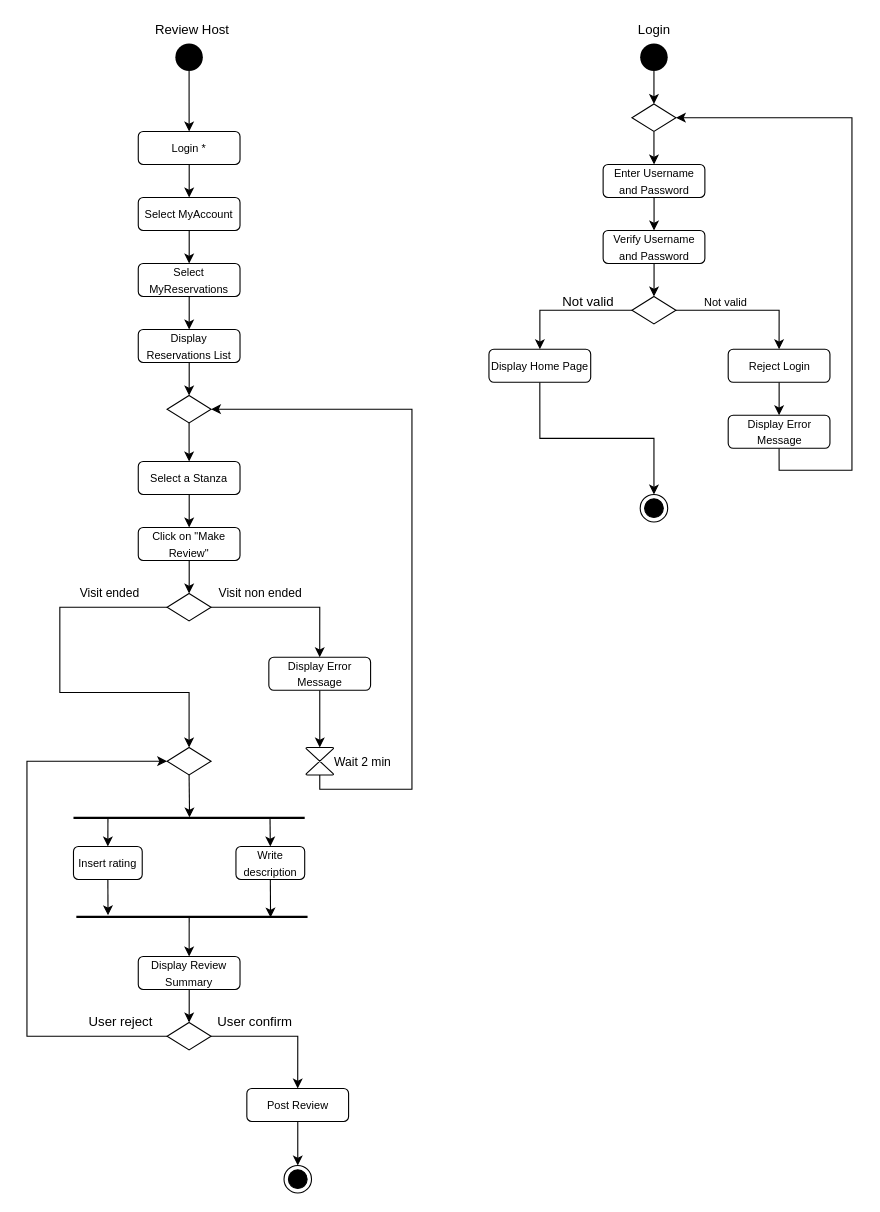
nic-agos/DoveStudi keeps this draw.io diagram as Deliverables/Activity Diagram/Activity Diagram Agostinelli.drawio. Above is the earlier version. Source tidied: cells renumbered, new cells numbered last; positions are measured from the earlier drawing's top-left corner, leaving out a move shared by most shapes. Both pictures are drawn from the tidied source at 110%, with x=0, y=0 at pixel (26, 19).
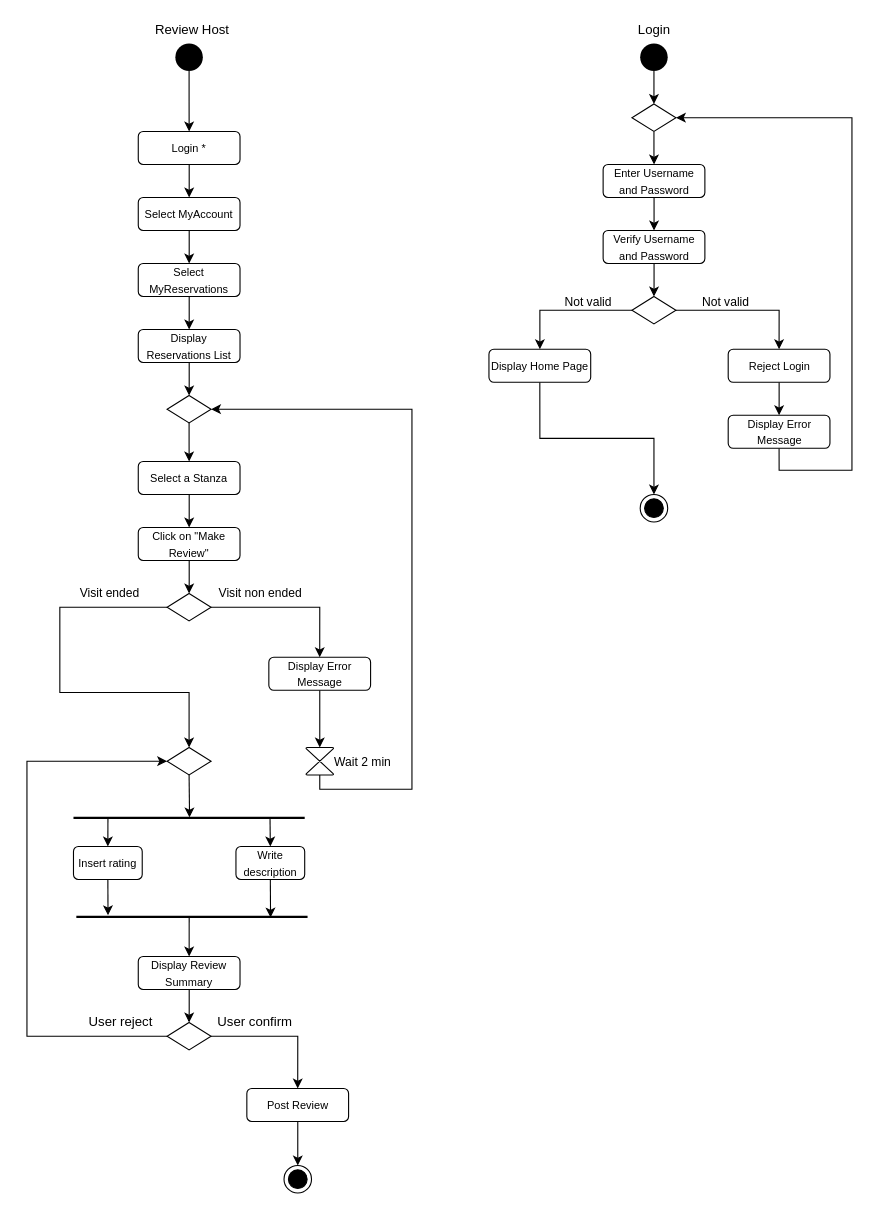
Above is the later version.

Change to the diagram source:
```diff
@@
-    <mxCell id="69" value="&lt;span style=&quot;font-size: 10px&quot;&gt;Not valid&lt;/span&gt;" style="text;html=1;align=center;verticalAlign=middle;" parent="1" vertex="1">
-      <mxGeometry x="610" y="247" width="50" height="20" as="geometry" />
+    <mxCell id="69" value="&lt;font style=&quot;font-size: 11px&quot;&gt;Not valid&lt;/font&gt;" style="text;html=1;align=center;verticalAlign=middle;" parent="1" vertex="1">
+      <mxGeometry x="605" y="247" width="60" height="20" as="geometry" />
     </mxCell>
-    <mxCell id="70" value="Not valid" style="text;html=1;align=center;verticalAlign=middle;" parent="1" vertex="1">
+    <mxCell id="70" value="&lt;font style=&quot;font-size: 11px&quot;&gt;Not valid&lt;/font&gt;" style="text;html=1;align=center;verticalAlign=middle;" parent="1" vertex="1">
       <mxGeometry x="480" y="247" width="60" height="20" as="geometry" />
     </mxCell>
```
